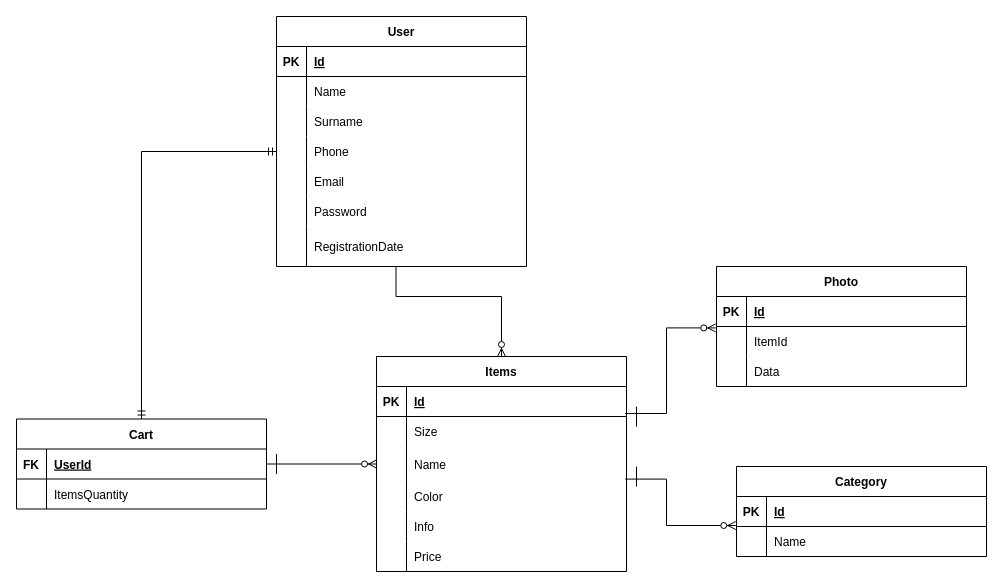
Above: Documentation/ER Diagram.drawio in OutOftheRange/Clothes_Shop (draw.io), before the change. Source tidied: cells renumbered, new cells numbered last; positions are measured from the earlier drawing's top-left corner, leaving out a move shared by most shapes. Both pictures are drawn from the tidied source at 100%, with x=0, y=0 at pixel (16, 16).
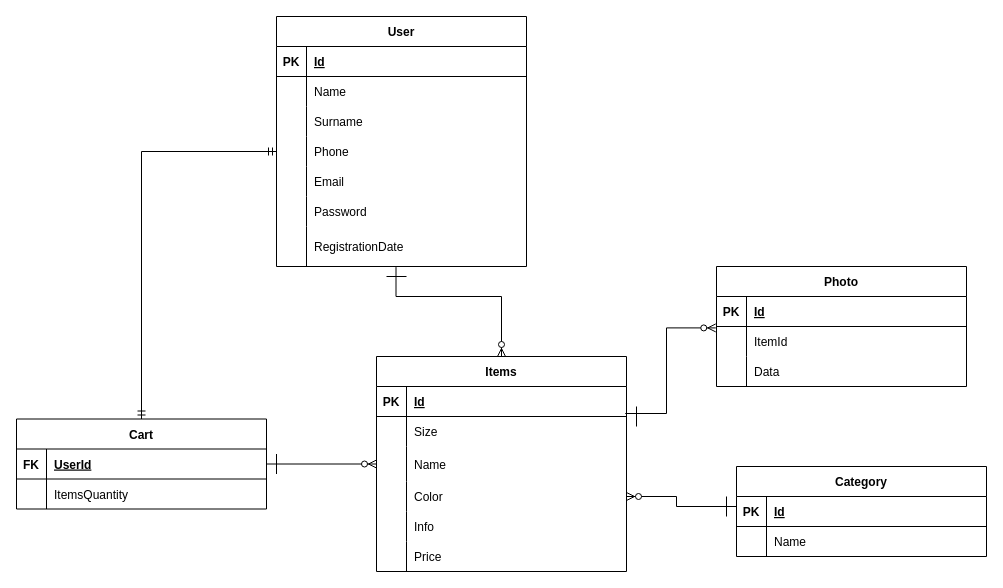
After the change.

Unchanged cells that the change refers to:
```xml
<mxCell id="12" style="shape=partialRectangle;fillColor=none;points=[[0,0.5],[1,0.5]];portConstraint=eastwest;top=0;left=0;right=0;bottom=0;" parent="2" vertex="1">
  <mxGeometry y="125" width="250" height="30" as="geometry" />
</mxCell>
<mxCell id="54" style="shape=partialRectangle;fillColor=none;points=[[0,0.5],[1,0.5]];portConstraint=eastwest;top=0;left=0;right=0;bottom=1;" parent="53" vertex="1">
  <mxGeometry y="30" width="250" height="30" as="geometry" />
</mxCell>
<mxCell id="57" style="shape=partialRectangle;fillColor=none;points=[[0,0.5],[1,0.5]];portConstraint=eastwest;top=0;left=0;right=0;bottom=0;" parent="53" vertex="1">
  <mxGeometry y="60" width="250" height="30" as="geometry" />
</mxCell>
```

Change to the diagram source:
```diff
@@
-    <mxCell id="68" style="fontSize=12;html=1;endArrow=ERzeroToMany;endFill=1;rounded=0;edgeStyle=orthogonalEdgeStyle;entryX=-0.003;entryY=-0.033;entryDx=0;entryDy=0;entryPerimeter=0;exitX=0.995;exitY=-0.08;exitDx=0;exitDy=0;exitPerimeter=0;" parent="1" edge="1" source="12" target="57">
+    <mxCell id="68" style="fontSize=12;html=1;endArrow=ERzeroToMany;endFill=1;rounded=0;edgeStyle=orthogonalEdgeStyle;exitX=0;exitY=0.5;exitDx=0;exitDy=0;entryX=1;entryY=0.5;entryDx=0;entryDy=0;" parent="1" edge="1" source="54" target="12">
       <mxGeometry relative="1" as="geometry">
         <Array as="points">
-          <mxPoint x="650" y="463" />
-          <mxPoint x="650" y="509" />
+          <mxPoint x="720" y="490" />
+          <mxPoint x="660" y="490" />
+          <mxPoint x="660" y="480" />
         </Array>
       </mxGeometry>
     </mxCell>
@@
-    <mxCell id="70" style="endArrow=none;html=1;rounded=0;" parent="1" edge="1">
-      <mxGeometry relative="1" as="geometry">
-        <mxPoint x="620" y="470" as="sourcePoint" />
-        <mxPoint x="620" y="450" as="targetPoint" />
-      </mxGeometry>
-    </mxCell>
@@
+    <mxCell id="75" style="endArrow=none;html=1;rounded=0;" parent="1" edge="1">
+      <mxGeometry relative="1" as="geometry">
+        <mxPoint x="710" y="500" as="sourcePoint" />
+        <mxPoint x="710" y="480" as="targetPoint" />
+      </mxGeometry>
+    </mxCell>
+    <mxCell id="76" style="endArrow=none;html=1;rounded=0;" parent="1" edge="1">
+      <mxGeometry relative="1" as="geometry">
+        <mxPoint x="370" y="260" as="sourcePoint" />
+        <mxPoint x="390" y="260" as="targetPoint" />
+      </mxGeometry>
+    </mxCell>
```
